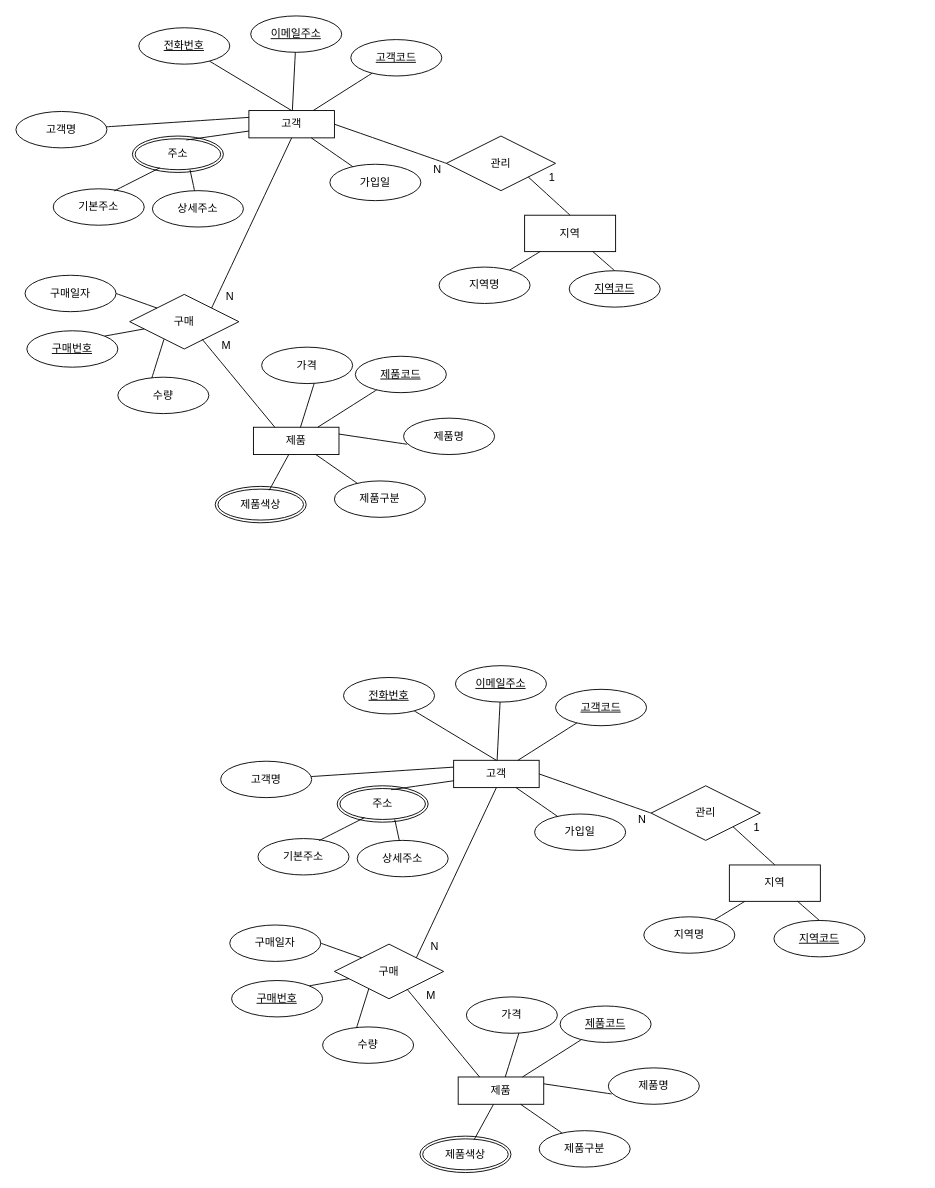
Earlier version of the draw.io diagram page "페이지-1" (1 of 4) of 2번째test.drawio (enesyoon/enesyoon). Source tidied: cells renumbered, new cells numbered last; positions are measured from the earlier drawing's top-left corner, leaving out a move shared by most shapes. Both pictures are drawn from the tidied source at 91%, with x=0, y=0 at pixel (15, 15).
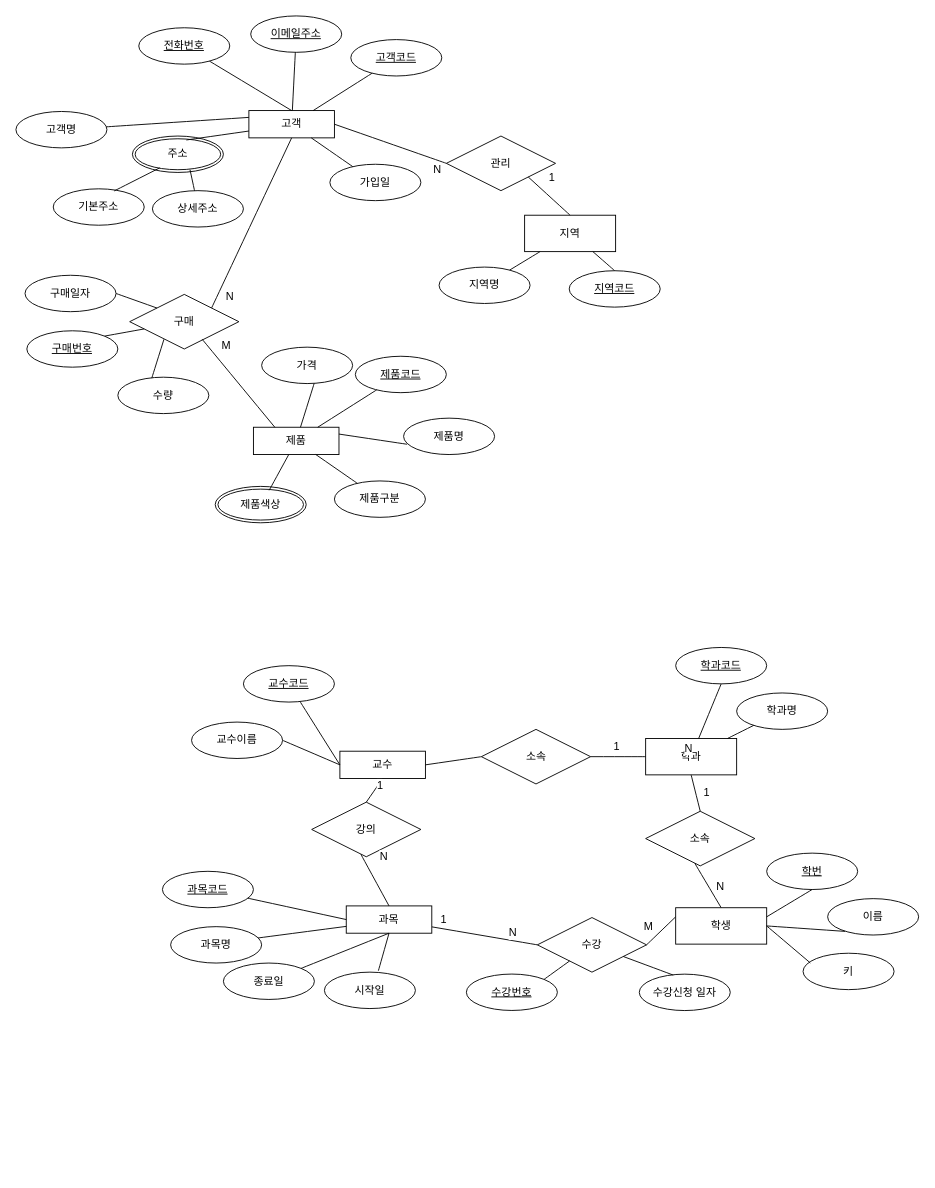
Above is the later version.

Commit message:
2번째test.drawio 업데이트

The change refers to these unchanged cells:
```xml
<mxCell id="87" style="endArrow=none;html=1;rounded=0;fontSize=12;startSize=8;endSize=8;curved=1;entryX=1;entryY=0.5;entryDx=0;entryDy=0;exitX=0;exitY=0.5;exitDx=0;exitDy=0;" parent="1" edge="1" source="84" target="51">
  <mxGeometry relative="1" as="geometry" />
</mxCell>
```

Change to the diagram source:
```diff
@@
-    <mxCell id="51" value="고객" style="whiteSpace=wrap;html=1;align=center;" parent="1" vertex="1">
-      <mxGeometry x="481" y="818" width="94" height="30" as="geometry" />
+    <mxCell id="51" value="교수" style="whiteSpace=wrap;html=1;align=center;" parent="1" vertex="1">
+      <mxGeometry x="356" y="808" width="94" height="30" as="geometry" />
     </mxCell>
-    <mxCell id="52" value="고객명" style="ellipse;whiteSpace=wrap;html=1;align=center;" parent="1" vertex="1">
-      <mxGeometry x="225" y="819" width="100" height="40" as="geometry" />
-    </mxCell>
-    <mxCell id="53" style="endArrow=none;html=1;rounded=0;fontSize=12;startSize=8;endSize=8;curved=1;entryX=0;entryY=0.25;entryDx=0;entryDy=0;" parent="1" edge="1" source="52" target="51">
-      <mxGeometry relative="1" as="geometry" />
-    </mxCell>
-    <mxCell id="54" value="전화번호" style="ellipse;whiteSpace=wrap;html=1;align=center;fontStyle=4;" parent="1" vertex="1">
-      <mxGeometry x="360" y="727" width="100" height="40" as="geometry" />
-    </mxCell>
-    <mxCell id="55" style="endArrow=none;html=1;rounded=0;fontSize=12;startSize=8;endSize=8;curved=1;entryX=0.5;entryY=0;entryDx=0;entryDy=0;" parent="1" edge="1" source="54" target="51">
+    <mxCell id="55" style="endArrow=none;html=1;rounded=0;fontSize=12;startSize=8;endSize=8;curved=1;entryX=0;entryY=0.5;entryDx=0;entryDy=0;exitX=1;exitY=0.5;exitDx=0;exitDy=0;" parent="1" edge="1" source="116" target="51">
       <mxGeometry relative="1" as="geometry" />
     </mxCell>
-    <mxCell id="56" value="이메일주소" style="ellipse;whiteSpace=wrap;html=1;align=center;fontStyle=4;" parent="1" vertex="1">
-      <mxGeometry x="483" y="714" width="100" height="40" as="geometry" />
+    <mxCell id="56" value="교수코드" style="ellipse;whiteSpace=wrap;html=1;align=center;fontStyle=4;" parent="1" vertex="1">
+      <mxGeometry x="250" y="714" width="100" height="40" as="geometry" />
     </mxCell>
-    <mxCell id="57" style="endArrow=none;html=1;rounded=0;fontSize=12;startSize=8;endSize=8;curved=1;" parent="1" edge="1" source="56" target="51">
+    <mxCell id="57" style="endArrow=none;html=1;rounded=0;fontSize=12;startSize=8;endSize=8;curved=1;entryX=0;entryY=0.5;entryDx=0;entryDy=0;" parent="1" edge="1" source="56" target="51">
       <mxGeometry relative="1" as="geometry" />
     </mxCell>
-    <mxCell id="58" value="고객코드" style="ellipse;whiteSpace=wrap;html=1;align=center;fontStyle=4;" parent="1" vertex="1">
-      <mxGeometry x="593" y="740" width="100" height="40" as="geometry" />
-    </mxCell>
-    <mxCell id="59" style="endArrow=none;html=1;rounded=0;fontSize=12;startSize=8;endSize=8;curved=1;" parent="1" edge="1" source="58" target="51">
-      <mxGeometry relative="1" as="geometry" />
-    </mxCell>
-    <mxCell id="60" value="주소" style="ellipse;shape=doubleEllipse;margin=3;whiteSpace=wrap;html=1;align=center;" parent="1" vertex="1">
-      <mxGeometry x="353" y="846" width="100" height="40" as="geometry" />
-    </mxCell>
-    <mxCell id="61" style="endArrow=none;html=1;rounded=0;fontSize=12;startSize=8;endSize=8;curved=1;exitX=0.593;exitY=0.108;exitDx=0;exitDy=0;exitPerimeter=0;entryX=0;entryY=0.75;entryDx=0;entryDy=0;" parent="1" edge="1" source="60" target="51">
-      <mxGeometry relative="1" as="geometry" />
-    </mxCell>
-    <mxCell id="62" value="기본주소" style="ellipse;whiteSpace=wrap;html=1;align=center;" parent="1" vertex="1">
-      <mxGeometry x="266" y="904" width="100" height="40" as="geometry" />
-    </mxCell>
-    <mxCell id="63" value="상세주소" style="ellipse;whiteSpace=wrap;html=1;align=center;" parent="1" vertex="1">
-      <mxGeometry x="375" y="906" width="100" height="40" as="geometry" />
-    </mxCell>
-    <mxCell id="64" style="endArrow=none;html=1;rounded=0;fontSize=12;startSize=8;endSize=8;curved=1;entryX=0.3;entryY=0.875;entryDx=0;entryDy=0;entryPerimeter=0;exitX=0.67;exitY=0.058;exitDx=0;exitDy=0;exitPerimeter=0;" parent="1" edge="1" source="62" target="60">
-      <mxGeometry relative="1" as="geometry" />
-    </mxCell>
-    <mxCell id="65" style="endArrow=none;html=1;rounded=0;fontSize=12;startSize=8;endSize=8;curved=1;entryX=0.633;entryY=0.925;entryDx=0;entryDy=0;entryPerimeter=0;" parent="1" edge="1" source="63" target="60">
-      <mxGeometry relative="1" as="geometry" />
-    </mxCell>
-    <mxCell id="66" value="가입일" style="ellipse;whiteSpace=wrap;html=1;align=center;" parent="1" vertex="1">
-      <mxGeometry x="570" y="877" width="100" height="40" as="geometry" />
-    </mxCell>
-    <mxCell id="67" style="endArrow=none;html=1;rounded=0;fontSize=12;startSize=8;endSize=8;curved=1;" parent="1" edge="1" source="66" target="51">
-      <mxGeometry relative="1" as="geometry" />
-    </mxCell>
-    <mxCell id="68" value="지역" style="whiteSpace=wrap;html=1;align=center;" parent="1" vertex="1">
-      <mxGeometry x="784" y="933" width="100" height="40" as="geometry" />
+    <mxCell id="68" value="학과" style="whiteSpace=wrap;html=1;align=center;" parent="1" vertex="1">
+      <mxGeometry x="692" y="794" width="100" height="40" as="geometry" />
     </mxCell>
-    <mxCell id="69" value="지역명" style="ellipse;whiteSpace=wrap;html=1;align=center;" parent="1" vertex="1">
-      <mxGeometry x="690" y="990" width="100" height="40" as="geometry" />
+    <mxCell id="69" value="학과명" style="ellipse;whiteSpace=wrap;html=1;align=center;" parent="1" vertex="1">
+      <mxGeometry x="792" y="744" width="100" height="40" as="geometry" />
     </mxCell>
@@
-    <mxCell id="71" value="지역코드" style="ellipse;whiteSpace=wrap;html=1;align=center;fontStyle=4;" parent="1" vertex="1">
-      <mxGeometry x="833" y="994" width="100" height="40" as="geometry" />
+    <mxCell id="71" value="학과코드" style="ellipse;whiteSpace=wrap;html=1;align=center;fontStyle=4;" parent="1" vertex="1">
+      <mxGeometry x="725" y="694" width="100" height="40" as="geometry" />
     </mxCell>
-    <mxCell id="72" style="endArrow=none;html=1;rounded=0;fontSize=12;startSize=8;endSize=8;curved=1;exitX=0.5;exitY=0;exitDx=0;exitDy=0;entryX=0.75;entryY=1;entryDx=0;entryDy=0;" parent="1" edge="1" source="71" target="68">
+    <mxCell id="72" style="endArrow=none;html=1;rounded=0;fontSize=12;startSize=8;endSize=8;curved=1;exitX=0.5;exitY=1;exitDx=0;exitDy=0;" parent="1" edge="1" source="71" target="68">
       <mxGeometry relative="1" as="geometry" />
     </mxCell>
-    <mxCell id="73" value="제품" style="whiteSpace=wrap;html=1;align=center;" parent="1" vertex="1">
-      <mxGeometry x="486" y="1166" width="94" height="30" as="geometry" />
-    </mxCell>
-    <mxCell id="74" style="endArrow=none;html=1;rounded=0;fontSize=12;startSize=8;endSize=8;curved=1;exitX=0.58;exitY=0.975;exitDx=0;exitDy=0;exitPerimeter=0;" parent="1" edge="1" source="83" target="73">
-      <mxGeometry relative="1" as="geometry" />
-    </mxCell>
-    <mxCell id="75" value="제품코드" style="ellipse;whiteSpace=wrap;html=1;align=center;fontStyle=4;" parent="1" vertex="1">
-      <mxGeometry x="598" y="1088" width="100" height="40" as="geometry" />
-    </mxCell>
-    <mxCell id="76" style="endArrow=none;html=1;rounded=0;fontSize=12;startSize=8;endSize=8;curved=1;" parent="1" edge="1" source="75" target="73">
-      <mxGeometry relative="1" as="geometry" />
-    </mxCell>
-    <mxCell id="77" value="제품색상" style="ellipse;shape=doubleEllipse;margin=3;whiteSpace=wrap;html=1;align=center;" parent="1" vertex="1">
-      <mxGeometry x="444" y="1231" width="100" height="40" as="geometry" />
-    </mxCell>
-    <mxCell id="78" style="endArrow=none;html=1;rounded=0;fontSize=12;startSize=8;endSize=8;curved=1;exitX=0.593;exitY=0.108;exitDx=0;exitDy=0;exitPerimeter=0;" parent="1" edge="1" source="77" target="73">
-      <mxGeometry relative="1" as="geometry" />
-    </mxCell>
-    <mxCell id="79" value="제품구분" style="ellipse;whiteSpace=wrap;html=1;align=center;" parent="1" vertex="1">
-      <mxGeometry x="575" y="1225" width="100" height="40" as="geometry" />
-    </mxCell>
-    <mxCell id="80" style="endArrow=none;html=1;rounded=0;fontSize=12;startSize=8;endSize=8;curved=1;" parent="1" edge="1" source="79" target="73">
-      <mxGeometry relative="1" as="geometry" />
-    </mxCell>
-    <mxCell id="81" value="제품명" style="ellipse;whiteSpace=wrap;html=1;align=center;" parent="1" vertex="1">
-      <mxGeometry x="651" y="1156" width="100" height="40" as="geometry" />
-    </mxCell>
-    <mxCell id="82" style="endArrow=none;html=1;rounded=0;fontSize=12;startSize=8;endSize=8;curved=1;entryX=1;entryY=0.25;entryDx=0;entryDy=0;exitX=0.037;exitY=0.717;exitDx=0;exitDy=0;exitPerimeter=0;" parent="1" edge="1" source="81" target="73">
-      <mxGeometry relative="1" as="geometry" />
-    </mxCell>
-    <mxCell id="83" value="가격" style="ellipse;whiteSpace=wrap;html=1;align=center;" parent="1" vertex="1">
-      <mxGeometry x="495" y="1078" width="100" height="40" as="geometry" />
-    </mxCell>
-    <mxCell id="84" value="관리" style="shape=rhombus;perimeter=rhombusPerimeter;whiteSpace=wrap;html=1;align=center;" parent="1" vertex="1">
-      <mxGeometry x="698" y="846" width="120" height="60" as="geometry" />
+    <mxCell id="84" value="소속" style="shape=rhombus;perimeter=rhombusPerimeter;whiteSpace=wrap;html=1;align=center;" parent="1" vertex="1">
+      <mxGeometry x="511.5" y="784" width="120" height="60" as="geometry" />
     </mxCell>
-    <mxCell id="85" value="구매" style="shape=rhombus;perimeter=rhombusPerimeter;whiteSpace=wrap;html=1;align=center;" parent="1" vertex="1">
-      <mxGeometry x="350" y="1020" width="120" height="60" as="geometry" />
+    <mxCell id="85" value="수강" style="shape=rhombus;perimeter=rhombusPerimeter;whiteSpace=wrap;html=1;align=center;" parent="1" vertex="1">
+      <mxGeometry x="573" y="990.8" width="120" height="60" as="geometry" />
     </mxCell>
-    <mxCell id="86" value="수량" style="ellipse;whiteSpace=wrap;html=1;align=center;" parent="1" vertex="1">
-      <mxGeometry x="337" y="1111" width="100" height="40" as="geometry" />
+    <mxCell id="86" value="수강신청 일자" style="ellipse;whiteSpace=wrap;html=1;align=center;" parent="1" vertex="1">
+      <mxGeometry x="685" y="1053" width="100" height="40" as="geometry" />
     </mxCell>
@@
     <mxCell id="88" value="N" style="edgeLabel;html=1;align=center;verticalAlign=middle;fontSize=12;" parent="87" vertex="1">
       <mxGeometry x="-0.53" y="2" relative="1" as="geometry">
-        <mxPoint x="19" y="15" as="offset" />
+        <mxPoint x="242" y="-14" as="offset" />
       </mxGeometry>
     </mxCell>
-    <mxCell id="89" style="endArrow=none;html=1;rounded=0;fontSize=12;startSize=8;endSize=8;curved=1;entryX=1;entryY=1;entryDx=0;entryDy=0;exitX=0.5;exitY=0;exitDx=0;exitDy=0;" parent="1" edge="1" source="68" target="84">
+    <mxCell id="89" style="endArrow=none;html=1;rounded=0;fontSize=12;startSize=8;endSize=8;curved=1;entryX=1;entryY=0.5;entryDx=0;entryDy=0;exitX=0;exitY=0.5;exitDx=0;exitDy=0;" parent="1" edge="1" source="68" target="84">
       <mxGeometry relative="1" as="geometry" />
     </mxCell>
@@
-    <mxCell id="91" value="구매번호" style="ellipse;whiteSpace=wrap;html=1;align=center;fontStyle=4;" parent="1" vertex="1">
-      <mxGeometry x="237" y="1060" width="100" height="40" as="geometry" />
+    <mxCell id="91" value="수강번호" style="ellipse;whiteSpace=wrap;html=1;align=center;fontStyle=4;" parent="1" vertex="1">
+      <mxGeometry x="495" y="1052.9" width="100" height="40" as="geometry" />
     </mxCell>
-    <mxCell id="92" value="구매일자" style="ellipse;whiteSpace=wrap;html=1;align=center;" parent="1" vertex="1">
-      <mxGeometry x="235" y="999" width="100" height="40" as="geometry" />
-    </mxCell>
-    <mxCell id="93" style="endArrow=none;html=1;rounded=0;fontSize=12;startSize=8;endSize=8;curved=1;entryX=0;entryY=0;entryDx=0;entryDy=0;exitX=1;exitY=0.5;exitDx=0;exitDy=0;" parent="1" edge="1" source="92" target="85">
-      <mxGeometry relative="1" as="geometry" />
-    </mxCell>
@@
-    <mxCell id="95" style="endArrow=none;html=1;rounded=0;fontSize=12;startSize=8;endSize=8;curved=1;exitX=0.373;exitY=0.025;exitDx=0;exitDy=0;exitPerimeter=0;entryX=0.314;entryY=0.822;entryDx=0;entryDy=0;entryPerimeter=0;" parent="1" edge="1" source="86" target="85">
+    <mxCell id="95" style="endArrow=none;html=1;rounded=0;fontSize=12;startSize=8;endSize=8;curved=1;exitX=0.373;exitY=0.025;exitDx=0;exitDy=0;exitPerimeter=0;" parent="1" edge="1" source="86" target="85">
       <mxGeometry relative="1" as="geometry" />
     </mxCell>
-    <mxCell id="96" style="endArrow=none;html=1;rounded=0;fontSize=12;startSize=8;endSize=8;curved=1;entryX=0.5;entryY=1;entryDx=0;entryDy=0;exitX=1;exitY=0;exitDx=0;exitDy=0;" parent="1" edge="1" source="85" target="51">
+    <mxCell id="96" style="endArrow=none;html=1;rounded=0;fontSize=12;startSize=8;endSize=8;curved=1;exitX=0;exitY=0.5;exitDx=0;exitDy=0;" parent="1" edge="1" source="85" target="112">
       <mxGeometry relative="1" as="geometry" />
     </mxCell>
     <mxCell id="97" value="N" style="edgeLabel;html=1;align=center;verticalAlign=middle;fontSize=12;" parent="96" vertex="1">
       <mxGeometry x="-0.17" y="3" relative="1" as="geometry">
-        <mxPoint x="-14" y="67" as="offset" />
+        <mxPoint x="21" y="-8" as="offset" />
       </mxGeometry>
     </mxCell>
-    <mxCell id="98" style="endArrow=none;html=1;rounded=0;fontSize=12;startSize=8;endSize=8;curved=1;entryX=0.25;entryY=0;entryDx=0;entryDy=0;exitX=0.664;exitY=0.822;exitDx=0;exitDy=0;exitPerimeter=0;" parent="1" edge="1" source="85" target="73">
+    <mxCell id="98" style="endArrow=none;html=1;rounded=0;fontSize=12;startSize=8;endSize=8;curved=1;entryX=0;entryY=0.25;entryDx=0;entryDy=0;exitX=1;exitY=0.5;exitDx=0;exitDy=0;" parent="1" edge="1" source="85" target="105">
       <mxGeometry relative="1" as="geometry" />
     </mxCell>
     <mxCell id="99" value="M" style="edgeLabel;html=1;align=center;verticalAlign=middle;fontSize=12;" parent="98" vertex="1">
       <mxGeometry x="-0.57" y="2" relative="1" as="geometry">
-        <mxPoint x="7" y="-12" as="offset" />
+        <mxPoint x="-4" y="-12" as="offset" />
       </mxGeometry>
     </mxCell>
+    <mxCell id="100" value="소속" style="shape=rhombus;perimeter=rhombusPerimeter;whiteSpace=wrap;html=1;align=center;" parent="1" vertex="1">
+      <mxGeometry x="692" y="874" width="120" height="60" as="geometry" />
+    </mxCell>
+    <mxCell id="101" style="endArrow=none;html=1;rounded=0;fontSize=12;startSize=8;endSize=8;curved=1;entryX=0.5;entryY=0;entryDx=0;entryDy=0;exitX=0.451;exitY=0.956;exitDx=0;exitDy=0;exitPerimeter=0;" parent="1" edge="1" source="100" target="105">
+      <mxGeometry relative="1" as="geometry" />
+    </mxCell>
+    <mxCell id="102" value="N" style="edgeLabel;html=1;align=center;verticalAlign=middle;fontSize=12;" parent="101" vertex="1">
+      <mxGeometry x="-0.53" y="2" relative="1" as="geometry">
+        <mxPoint x="19" y="15" as="offset" />
+      </mxGeometry>
+    </mxCell>
+    <mxCell id="103" style="endArrow=none;html=1;rounded=0;fontSize=12;startSize=8;endSize=8;curved=1;entryX=0.5;entryY=0;entryDx=0;entryDy=0;exitX=0.5;exitY=1;exitDx=0;exitDy=0;" parent="1" edge="1" source="68" target="100">
+      <mxGeometry relative="1" as="geometry" />
+    </mxCell>
+    <mxCell id="104" value="1" style="edgeLabel;html=1;align=center;verticalAlign=middle;fontSize=12;" parent="103" vertex="1">
+      <mxGeometry x="0.45" y="-2" relative="1" as="geometry">
+        <mxPoint x="11" y="-10" as="offset" />
+      </mxGeometry>
+    </mxCell>
+    <mxCell id="105" value="학생" style="whiteSpace=wrap;html=1;align=center;" parent="1" vertex="1">
+      <mxGeometry x="725" y="980" width="100" height="40" as="geometry" />
+    </mxCell>
+    <mxCell id="106" value="이름" style="ellipse;whiteSpace=wrap;html=1;align=center;" parent="1" vertex="1">
+      <mxGeometry x="892" y="970" width="100" height="40" as="geometry" />
+    </mxCell>
+    <mxCell id="107" style="endArrow=none;html=1;rounded=0;fontSize=12;startSize=8;endSize=8;curved=1;exitX=1;exitY=0.5;exitDx=0;exitDy=0;" parent="1" edge="1" source="105">
+      <mxGeometry relative="1" as="geometry">
+        <mxPoint x="911" y="1006" as="targetPoint" />
+      </mxGeometry>
+    </mxCell>
+    <mxCell id="108" value="학번" style="ellipse;whiteSpace=wrap;html=1;align=center;fontStyle=4;" parent="1" vertex="1">
+      <mxGeometry x="825" y="920" width="100" height="40" as="geometry" />
+    </mxCell>
+    <mxCell id="109" style="endArrow=none;html=1;rounded=0;fontSize=12;startSize=8;endSize=8;curved=1;exitX=0.5;exitY=1;exitDx=0;exitDy=0;entryX=1;entryY=0.25;entryDx=0;entryDy=0;" parent="1" edge="1" source="108" target="105">
+      <mxGeometry relative="1" as="geometry" />
+    </mxCell>
+    <mxCell id="110" value="키" style="ellipse;whiteSpace=wrap;html=1;align=center;" parent="1" vertex="1">
+      <mxGeometry x="865" y="1030" width="100" height="40" as="geometry" />
+    </mxCell>
+    <mxCell id="111" style="endArrow=none;html=1;rounded=0;fontSize=12;startSize=8;endSize=8;curved=1;exitX=1;exitY=0.5;exitDx=0;exitDy=0;entryX=0.08;entryY=0.267;entryDx=0;entryDy=0;entryPerimeter=0;" parent="1" edge="1" source="105" target="110">
+      <mxGeometry relative="1" as="geometry" />
+    </mxCell>
+    <mxCell id="112" value="과목" style="whiteSpace=wrap;html=1;align=center;" parent="1" vertex="1">
+      <mxGeometry x="363" y="978" width="94" height="30" as="geometry" />
+    </mxCell>
+    <mxCell id="113" value="과목코드" style="ellipse;whiteSpace=wrap;html=1;align=center;fontStyle=4;" parent="1" vertex="1">
+      <mxGeometry x="161" y="940" width="100" height="40" as="geometry" />
+    </mxCell>
+    <mxCell id="114" style="endArrow=none;html=1;rounded=0;fontSize=12;startSize=8;endSize=8;curved=1;entryX=0;entryY=0.5;entryDx=0;entryDy=0;" parent="1" edge="1" source="113" target="112">
+      <mxGeometry relative="1" as="geometry" />
+    </mxCell>
+    <mxCell id="115" style="endArrow=none;html=1;rounded=0;fontSize=12;startSize=8;endSize=8;curved=1;entryX=0;entryY=0.75;entryDx=0;entryDy=0;exitX=0.957;exitY=0.312;exitDx=0;exitDy=0;exitPerimeter=0;" parent="1" edge="1" source="117" target="112">
+      <mxGeometry relative="1" as="geometry" />
+    </mxCell>
+    <mxCell id="116" value="교수이름" style="ellipse;whiteSpace=wrap;html=1;align=center;" parent="1" vertex="1">
+      <mxGeometry x="193" y="776" width="100" height="40" as="geometry" />
+    </mxCell>
+    <mxCell id="117" value="과목명" style="ellipse;whiteSpace=wrap;html=1;align=center;" parent="1" vertex="1">
+      <mxGeometry x="170" y="1000.8" width="100" height="40" as="geometry" />
+    </mxCell>
+    <mxCell id="118" value="종료일" style="ellipse;whiteSpace=wrap;html=1;align=center;" parent="1" vertex="1">
+      <mxGeometry x="228" y="1040.8" width="100" height="40" as="geometry" />
+    </mxCell>
+    <mxCell id="119" value="시작일" style="ellipse;whiteSpace=wrap;html=1;align=center;" parent="1" vertex="1">
+      <mxGeometry x="339" y="1050.8" width="100" height="40" as="geometry" />
+    </mxCell>
+    <mxCell id="120" style="endArrow=none;html=1;rounded=0;fontSize=12;startSize=8;endSize=8;curved=1;entryX=0.5;entryY=1;entryDx=0;entryDy=0;exitX=1;exitY=0;exitDx=0;exitDy=0;" parent="1" edge="1" source="118" target="112">
+      <mxGeometry relative="1" as="geometry" />
+    </mxCell>
+    <mxCell id="121" style="endArrow=none;html=1;rounded=0;fontSize=12;startSize=8;endSize=8;curved=1;entryX=0.5;entryY=1;entryDx=0;entryDy=0;exitX=0.593;exitY=-0.038;exitDx=0;exitDy=0;exitPerimeter=0;" parent="1" edge="1" source="119" target="112">
+      <mxGeometry relative="1" as="geometry" />
+    </mxCell>
+    <mxCell id="122" value="강의" style="shape=rhombus;perimeter=rhombusPerimeter;whiteSpace=wrap;html=1;align=center;" parent="1" vertex="1">
+      <mxGeometry x="325" y="864" width="120" height="60" as="geometry" />
+    </mxCell>
+    <mxCell id="123" style="endArrow=none;html=1;rounded=0;fontSize=12;startSize=8;endSize=8;curved=1;entryX=0.5;entryY=0;entryDx=0;entryDy=0;exitX=0.451;exitY=0.956;exitDx=0;exitDy=0;exitPerimeter=0;" parent="1" edge="1" source="122" target="112">
+      <mxGeometry relative="1" as="geometry" />
+    </mxCell>
+    <mxCell id="124" value="N" style="edgeLabel;html=1;align=center;verticalAlign=middle;fontSize=12;" parent="123" vertex="1">
+      <mxGeometry x="-0.53" y="2" relative="1" as="geometry">
+        <mxPoint x="15" y="-10" as="offset" />
+      </mxGeometry>
+    </mxCell>
+    <mxCell id="125" style="endArrow=none;html=1;rounded=0;fontSize=12;startSize=8;endSize=8;curved=1;entryX=0.5;entryY=0;entryDx=0;entryDy=0;exitX=0.5;exitY=1;exitDx=0;exitDy=0;" parent="1" edge="1" source="51" target="122">
+      <mxGeometry relative="1" as="geometry" />
+    </mxCell>
+    <mxCell id="126" value="1" style="edgeLabel;html=1;align=center;verticalAlign=middle;fontSize=12;" parent="125" vertex="1">
+      <mxGeometry x="0.45" y="-2" relative="1" as="geometry">
+        <mxPoint x="11" y="-10" as="offset" />
+      </mxGeometry>
+    </mxCell>
+    <mxCell id="127" style="edgeStyle=none;curved=1;rounded=0;orthogonalLoop=1;jettySize=auto;html=1;entryX=0.5;entryY=0;entryDx=0;entryDy=0;fontSize=12;startSize=8;endSize=8;" parent="1" edge="1" source="112" target="112">
+      <mxGeometry relative="1" as="geometry" />
+    </mxCell>
+    <mxCell id="128" value="1" style="edgeLabel;html=1;align=center;verticalAlign=middle;fontSize=12;" parent="1" vertex="1">
+      <mxGeometry x="693" y="776" as="geometry">
+        <mxPoint x="-224" y="216" as="offset" />
+      </mxGeometry>
+    </mxCell>
```
